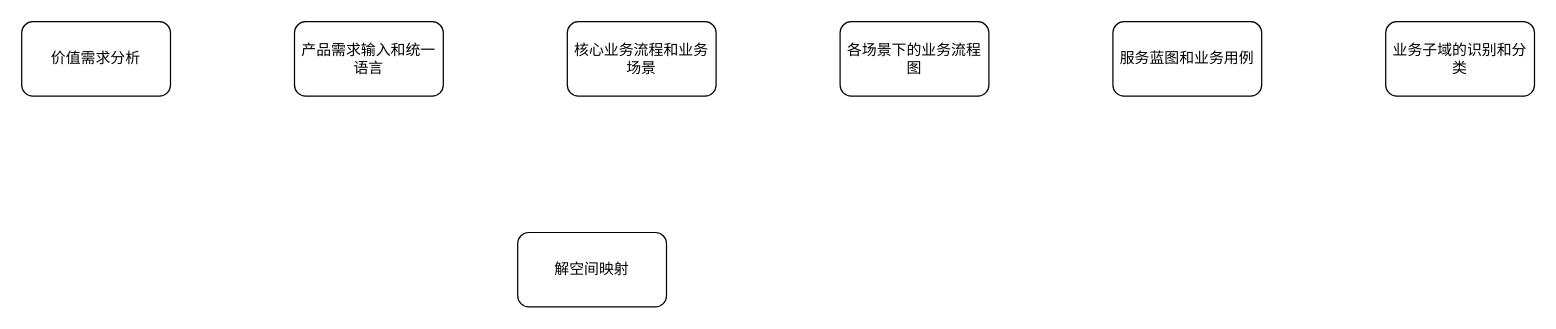
Before: DDD整体工作框架.drawio in ProgrammerLZ/drawio, a draw.io diagram. Source tidied: cells renumbered, new cells numbered last; positions are measured from the earlier drawing's top-left corner, leaving out a move shared by most shapes. Both pictures are drawn from the tidied source at 124%, with x=0, y=0 at pixel (21, 21).
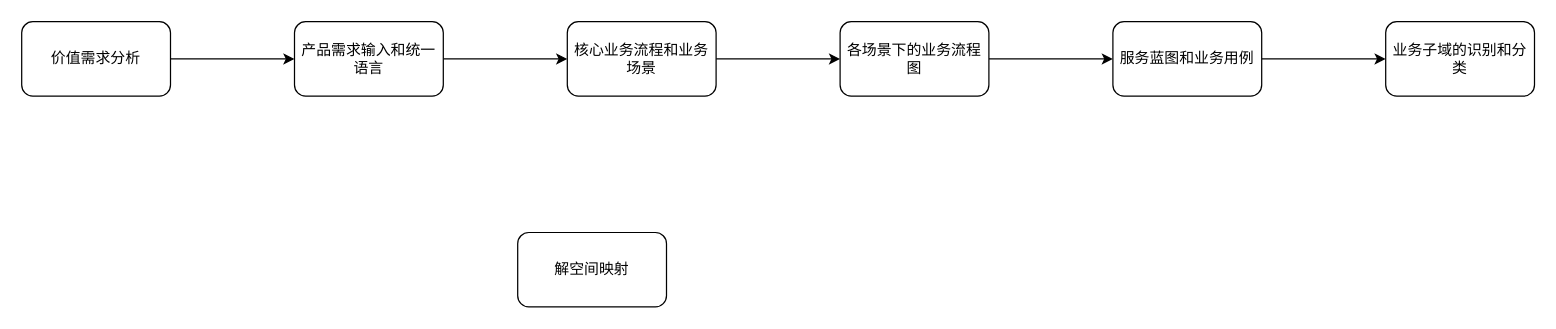
The same diagram, later.

Commit message:
更新DDD整体工作框架.drawio

What changed in the source:
```diff
@@
 <mxGraphModel>
   <root>
     <mxCell id="0" />
     <mxCell id="1" parent="0" />
     <mxCell id="2" value="解空间映射" style="rounded=1;whiteSpace=wrap;html=1;" parent="1" vertex="1">
       <mxGeometry x="400" y="170" width="120" height="60" as="geometry" />
     </mxCell>
+    <mxCell id="9" style="edgeStyle=orthogonalEdgeStyle;rounded=0;jettySize=auto;html=1;" parent="1" edge="1" source="3" target="4">
+      <mxGeometry relative="1" as="geometry" />
+    </mxCell>
     <mxCell id="3" value="价值需求分析" style="rounded=1;whiteSpace=wrap;html=1;" parent="1" vertex="1">
       <mxGeometry width="120" height="60" as="geometry" />
     </mxCell>
+    <mxCell id="10" style="edgeStyle=orthogonalEdgeStyle;rounded=0;jettySize=auto;html=1;" parent="1" edge="1" source="4" target="5">
+      <mxGeometry relative="1" as="geometry" />
+    </mxCell>
     <mxCell id="4" value="产品需求输入和统一语言" style="rounded=1;whiteSpace=wrap;html=1;" parent="1" vertex="1">
       <mxGeometry x="220" width="120" height="60" as="geometry" />
     </mxCell>
+    <mxCell id="11" style="edgeStyle=orthogonalEdgeStyle;rounded=0;jettySize=auto;html=1;" parent="1" edge="1" source="5" target="6">
+      <mxGeometry relative="1" as="geometry" />
+    </mxCell>
     <mxCell id="5" value="核心业务流程和业务场景" style="rounded=1;whiteSpace=wrap;html=1;" parent="1" vertex="1">
       <mxGeometry x="440" width="120" height="60" as="geometry" />
     </mxCell>
+    <mxCell id="12" style="edgeStyle=orthogonalEdgeStyle;rounded=0;jettySize=auto;html=1;" parent="1" edge="1" source="6" target="7">
+      <mxGeometry relative="1" as="geometry" />
+    </mxCell>
     <mxCell id="6" value="各场景下的业务流程图" style="rounded=1;whiteSpace=wrap;html=1;" parent="1" vertex="1">
       <mxGeometry x="660" width="120" height="60" as="geometry" />
     </mxCell>
+    <mxCell id="13" style="edgeStyle=orthogonalEdgeStyle;rounded=0;jettySize=auto;html=1;" parent="1" edge="1" source="7" target="8">
+      <mxGeometry relative="1" as="geometry" />
+    </mxCell>
     <mxCell id="7" value="服务蓝图和业务用例" style="rounded=1;whiteSpace=wrap;html=1;" parent="1" vertex="1">
       <mxGeometry x="880" width="120" height="60" as="geometry" />
     </mxCell>
     <mxCell id="8" value="业务子域的识别和分类" style="rounded=1;whiteSpace=wrap;html=1;" parent="1" vertex="1">
       <mxGeometry x="1100" width="120" height="60" as="geometry" />
     </mxCell>
   </root>
 </mxGraphModel>
```
